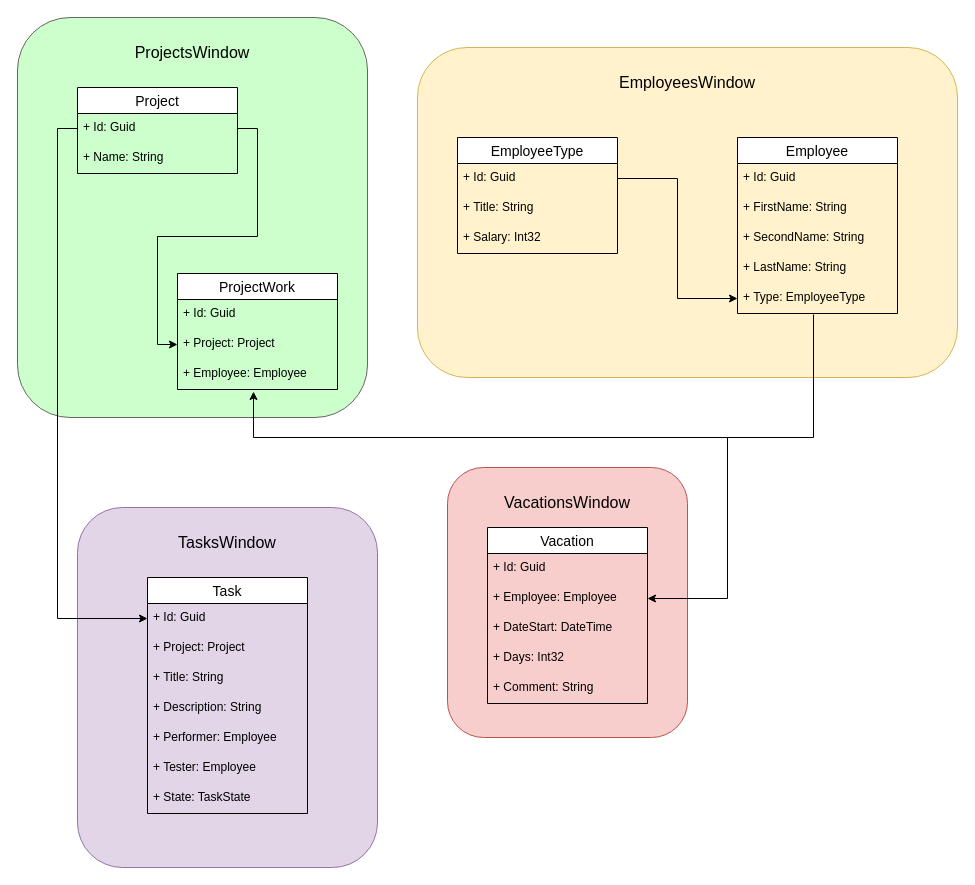
Earlier version of the draw.io diagram VirtuumLab_SUP.drawio (LLloKoLaDKa/sup). Source tidied: cells renumbered, new cells numbered last; positions are measured from the earlier drawing's top-left corner, leaving out a move shared by most shapes. Both pictures are drawn from the tidied source at 100%, with x=0, y=0 at pixel (17, 17).
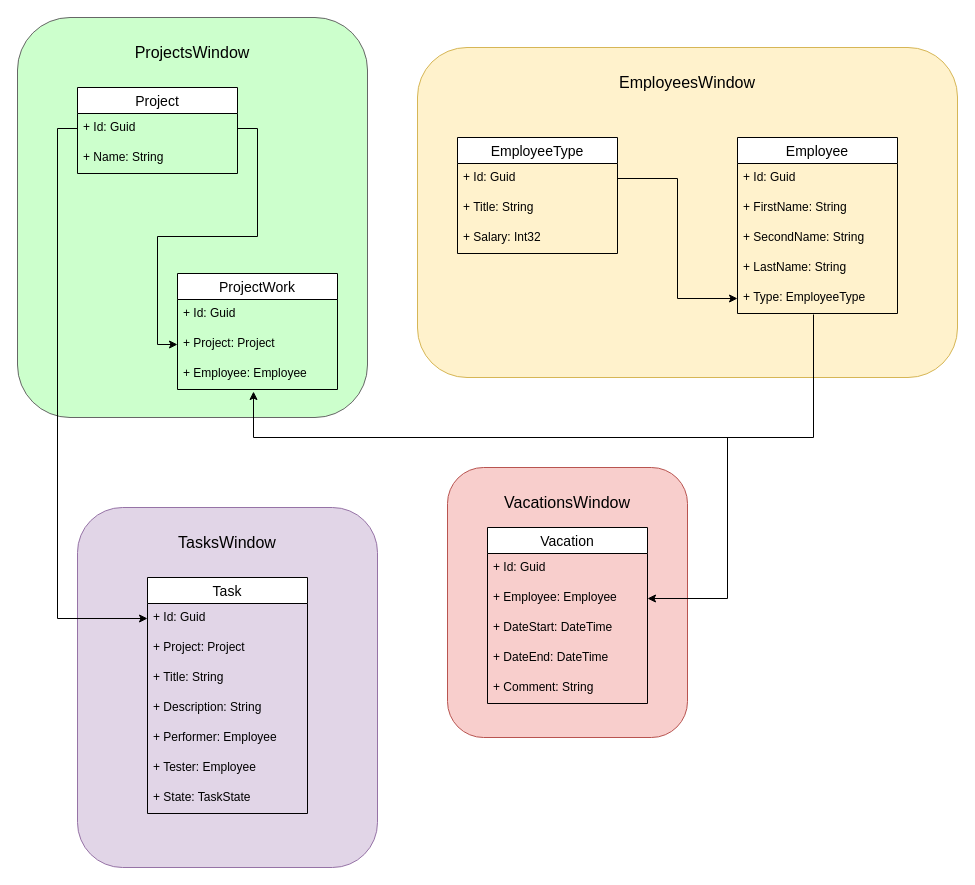
After the change.

The change refers to these unchanged cells:
```xml
<mxCell id="21" value="Vacation" style="swimlane;fontStyle=0;horizontal=1;startSize=26;align=center;fontSize=14;fillColor=default;" parent="1" vertex="1">
  <mxGeometry x="470" y="510" width="160" height="176" as="geometry" />
</mxCell>
```

Change to the diagram source:
```diff
@@
-    <mxCell id="25" value="+ Days: Int32" style="text;strokeColor=none;fillColor=none;spacingLeft=4;spacingRight=4;overflow=hidden;fontSize=12;" parent="21" vertex="1">
+    <mxCell id="25" value="+ DateEnd: DateTime" style="text;strokeColor=none;fillColor=none;spacingLeft=4;spacingRight=4;overflow=hidden;fontSize=12;" parent="21" vertex="1">
       <mxGeometry y="116" width="160" height="30" as="geometry" />
     </mxCell>
```
